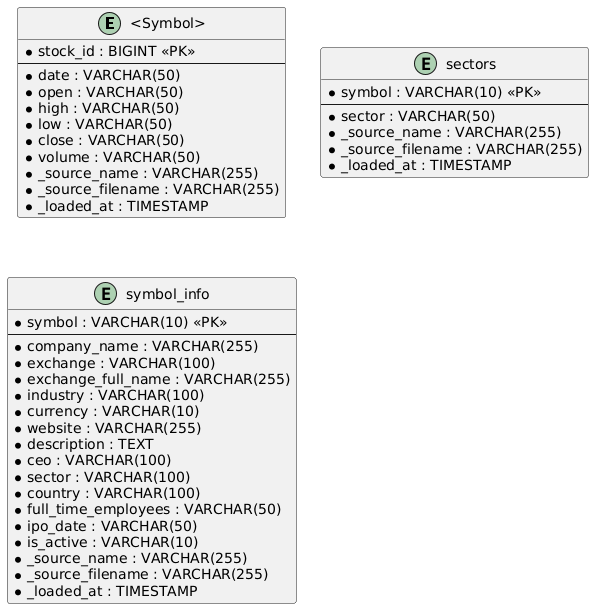
The PlantUML diagram design/stock_raw.png in emilioiturbide/COSC448AlgorithmicTradingDW, before a commit. Its diagram source:
```plantuml
@startuml

entity "<Symbol>" {
    * stock_id : BIGINT <<PK>>
--
    * date : VARCHAR(50)
    * open : VARCHAR(50)
    * high : VARCHAR(50)
    * low : VARCHAR(50)
    * close : VARCHAR(50)
    * volume : VARCHAR(50)
    * _source_name : VARCHAR(255)
    * _source_filename : VARCHAR(255)
    * _loaded_at : TIMESTAMP
}

entity "sectors" {
    * symbol : VARCHAR(10) <<PK>>
--
    * sector : VARCHAR(50)
    * _source_name : VARCHAR(255)
    * _source_filename : VARCHAR(255)
    * _loaded_at : TIMESTAMP
}

entity "symbol_info" {
    * symbol : VARCHAR(10) <<PK>>
--
    * company_name : VARCHAR(255)
    * exchange : VARCHAR(100)
    * exchange_full_name : VARCHAR(255)
    * industry : VARCHAR(100)
    * currency : VARCHAR(10)
    * website : VARCHAR(255)
    * description : TEXT
    * ceo : VARCHAR(100)
    * sector : VARCHAR(100)
    * country : VARCHAR(100)
    * full_time_employees : VARCHAR(50)
    * ipo_date : VARCHAR(50)
    * is_active : VARCHAR(10)
    * _source_name : VARCHAR(255)
    * _source_filename : VARCHAR(255)
    * _loaded_at : TIMESTAMP
}
@enduml
```
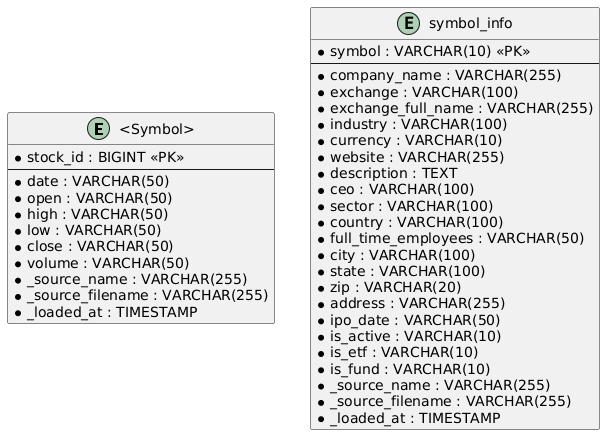
After the change.

Diff of the diagram source:
```diff
@@ -9,15 +9,6 @@
     * low : VARCHAR(50)
     * close : VARCHAR(50)
     * volume : VARCHAR(50)
-    * _source_name : VARCHAR(255)
-    * _source_filename : VARCHAR(255)
-    * _loaded_at : TIMESTAMP
-}
-
-entity "sectors" {
-    * symbol : VARCHAR(10) <<PK>>
---
-    * sector : VARCHAR(50)
     * _source_name : VARCHAR(255)
     * _source_filename : VARCHAR(255)
     * _loaded_at : TIMESTAMP
@@ -37,8 +28,14 @@
     * sector : VARCHAR(100)
     * country : VARCHAR(100)
     * full_time_employees : VARCHAR(50)
+    * city : VARCHAR(100)
+    * state : VARCHAR(100)
+    * zip : VARCHAR(20)
+    * address : VARCHAR(255)
     * ipo_date : VARCHAR(50)
     * is_active : VARCHAR(10)
+    * is_etf : VARCHAR(10)
+    * is_fund : VARCHAR(10)
     * _source_name : VARCHAR(255)
     * _source_filename : VARCHAR(255)
     * _loaded_at : TIMESTAMP
```
